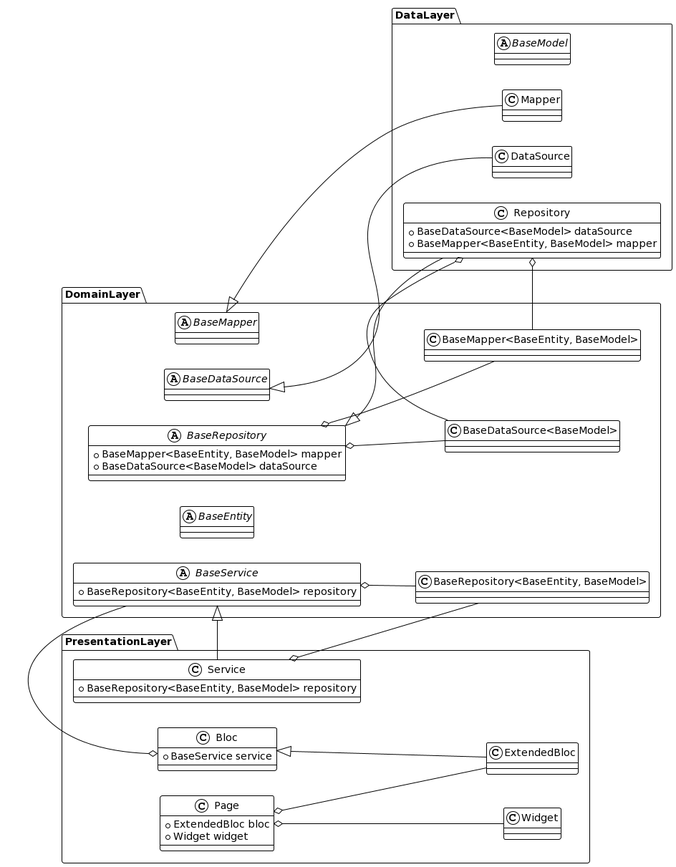
Earlier version of the PlantUML export diagram.png (hamed-rezaee/flutter_component_architecture_poc). Its diagram source:
```plantuml
@startuml
!theme plain

set namespaceSeparator ::

left to right direction

abstract class "DataLayer::BaseModel" {
}

class "DataLayer::Mapper" {
}

"DomainLayer::BaseMapper" <|-- "DataLayer::Mapper"

class "DataLayer::DataSource" {
}

"DomainLayer::BaseDataSource" <|-- "DataLayer::DataSource"

class "DataLayer::Repository" {
  +BaseDataSource<BaseModel> dataSource
  +BaseMapper<BaseEntity, BaseModel> mapper
}

"DataLayer::Repository" o-- "DomainLayer::BaseDataSource<BaseModel>"
"DataLayer::Repository" o-- "DomainLayer::BaseMapper<BaseEntity, BaseModel>"
"DomainLayer::BaseRepository" <|-- "DataLayer::Repository"

abstract class "DomainLayer::BaseEntity" {
}

abstract class "DomainLayer::BaseMapper" {
}

abstract class "DomainLayer::BaseDataSource" {
}

abstract class "DomainLayer::BaseRepository" {
  +BaseMapper<BaseEntity, BaseModel> mapper
  +BaseDataSource<BaseModel> dataSource
}

"DomainLayer::BaseRepository" o-- "DomainLayer::BaseMapper<BaseEntity, BaseModel>"
"DomainLayer::BaseRepository" o-- "DomainLayer::BaseDataSource<BaseModel>"

abstract class "DomainLayer::BaseService" {
  +BaseRepository<BaseEntity, BaseModel> repository
}

"DomainLayer::BaseService" o-- "DomainLayer::BaseRepository<BaseEntity, BaseModel>"

class "PresentationLayer::Service" {
  +BaseRepository<BaseEntity, BaseModel> repository
}

"PresentationLayer::Service" o-- "DomainLayer::BaseRepository<BaseEntity, BaseModel>"
"DomainLayer::BaseService" <|-- "PresentationLayer::Service"

class "PresentationLayer::ExtendedBloc" {
}

"PresentationLayer::Bloc" <|-- "PresentationLayer::ExtendedBloc"

class "PresentationLayer::Bloc" {
  +BaseService service
}

"PresentationLayer::Bloc" o-- "DomainLayer::BaseService"

class "PresentationLayer::Widget" {
}

class "PresentationLayer::Page" {
  +ExtendedBloc bloc
  +Widget widget
}

"PresentationLayer::Page" o-- "PresentationLayer::ExtendedBloc"
"PresentationLayer::Page" o-- "PresentationLayer::Widget"
@enduml
```
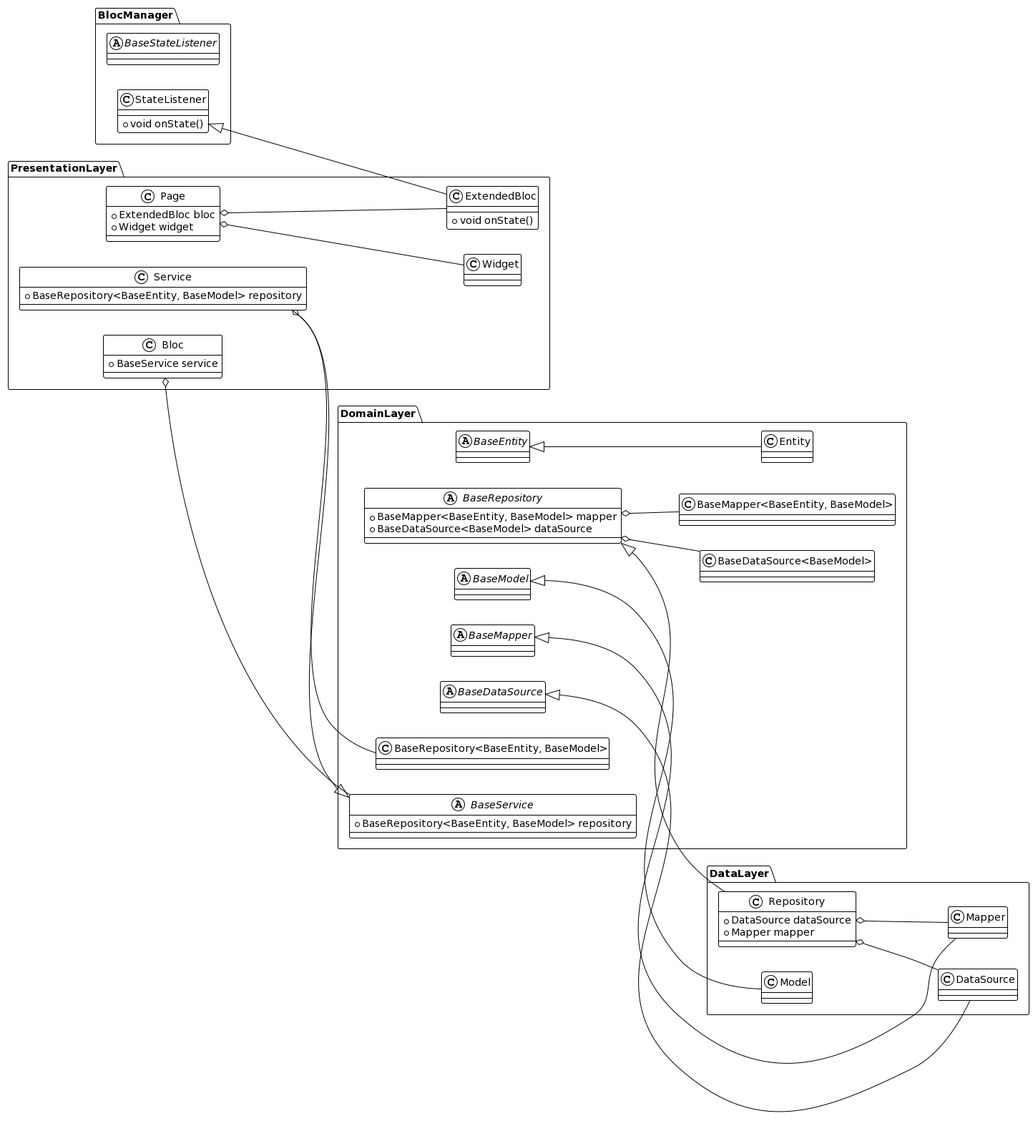
Above is the later version.

Change to the diagram source:
```diff
@@ -1,11 +1,38 @@
 @startuml
 !theme plain
 
+left to right direction
+
 set namespaceSeparator ::
 
-left to right direction
+abstract class "BlocManager::BaseStateListener" {
+}
 
-abstract class "DataLayer::BaseModel" {
+class "BlocManager::StateListener" {
+  +void onState()
+}
+
+class "PresentationLayer::ExtendedBloc" {
+  +void onState()
+}
+
+abstract class "DomainLayer::BaseEntity" {
+}
+
+class "DomainLayer::Entity" {
+}
+
+"DomainLayer::BaseEntity" <|-- "DomainLayer::Entity"
+
+abstract class "DomainLayer::BaseModel" {
+}
+
+class "DataLayer::Model" {
+}
+
+"DomainLayer::BaseModel" <|-- "DataLayer::Model"
+
+abstract class "DomainLayer::BaseMapper" {
 }
 
 class "DataLayer::Mapper" {
@@ -13,54 +40,35 @@
 
 "DomainLayer::BaseMapper" <|-- "DataLayer::Mapper"
 
+abstract class "DomainLayer::BaseDataSource" {
+}
+
 class "DataLayer::DataSource" {
 }
 
 "DomainLayer::BaseDataSource" <|-- "DataLayer::DataSource"
-
-class "DataLayer::Repository" {
-  +BaseDataSource<BaseModel> dataSource
-  +BaseMapper<BaseEntity, BaseModel> mapper
-}
-
-"DataLayer::Repository" o-- "DomainLayer::BaseDataSource<BaseModel>"
-"DataLayer::Repository" o-- "DomainLayer::BaseMapper<BaseEntity, BaseModel>"
-"DomainLayer::BaseRepository" <|-- "DataLayer::Repository"
-
-abstract class "DomainLayer::BaseEntity" {
-}
-
-abstract class "DomainLayer::BaseMapper" {
-}
-
-abstract class "DomainLayer::BaseDataSource" {
-}
 
 abstract class "DomainLayer::BaseRepository" {
   +BaseMapper<BaseEntity, BaseModel> mapper
   +BaseDataSource<BaseModel> dataSource
 }
 
-"DomainLayer::BaseRepository" o-- "DomainLayer::BaseMapper<BaseEntity, BaseModel>"
-"DomainLayer::BaseRepository" o-- "DomainLayer::BaseDataSource<BaseModel>"
+class "DataLayer::Repository" {
+  +DataSource dataSource
+  +Mapper mapper
+}
+
+"DomainLayer::BaseRepository" <|-- "DataLayer::Repository"
 
 abstract class "DomainLayer::BaseService" {
   +BaseRepository<BaseEntity, BaseModel> repository
 }
 
-"DomainLayer::BaseService" o-- "DomainLayer::BaseRepository<BaseEntity, BaseModel>"
-
 class "PresentationLayer::Service" {
   +BaseRepository<BaseEntity, BaseModel> repository
 }
 
-"PresentationLayer::Service" o-- "DomainLayer::BaseRepository<BaseEntity, BaseModel>"
 "DomainLayer::BaseService" <|-- "PresentationLayer::Service"
-
-class "PresentationLayer::ExtendedBloc" {
-}
-
-"PresentationLayer::Bloc" <|-- "PresentationLayer::ExtendedBloc"
 
 class "PresentationLayer::Bloc" {
   +BaseService service
@@ -78,4 +86,11 @@
 
 "PresentationLayer::Page" o-- "PresentationLayer::ExtendedBloc"
 "PresentationLayer::Page" o-- "PresentationLayer::Widget"
+
+"DomainLayer::BaseRepository" o-- "DomainLayer::BaseMapper<BaseEntity, BaseModel>"
+"DomainLayer::BaseRepository" o-- "DomainLayer::BaseDataSource<BaseModel>"
+"PresentationLayer::Service" o-- "DomainLayer::BaseRepository<BaseEntity, BaseModel>"
+"DataLayer::Repository" o-- "DataLayer::DataSource"
+"DataLayer::Repository" o-- "DataLayer::Mapper"
+"BlocManager::StateListener" <|-- "PresentationLayer::ExtendedBloc"
 @enduml
```
